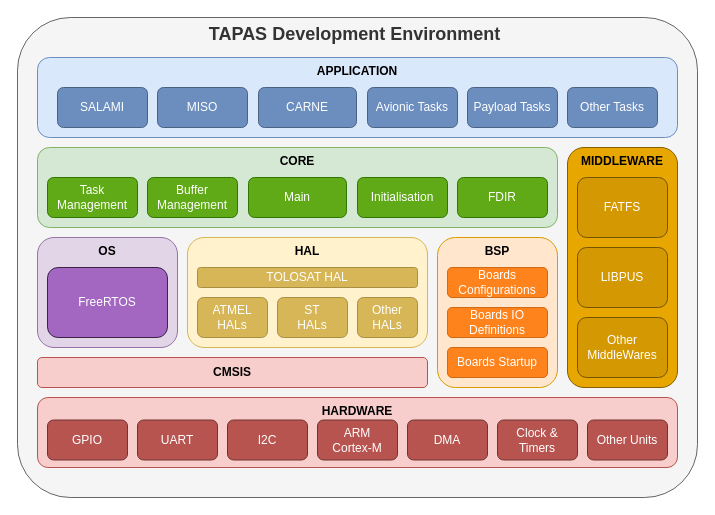
Earlier version of the draw.io diagram doc/images/Dev_Environment_Graph.drawio (TOLOSAT/flight-software). Source tidied: cells renumbered, new cells numbered last; positions are measured from the earlier drawing's top-left corner, leaving out a move shared by most shapes. Both pictures are drawn from the tidied source at 100%, with x=0, y=0 at pixel (17, 17).
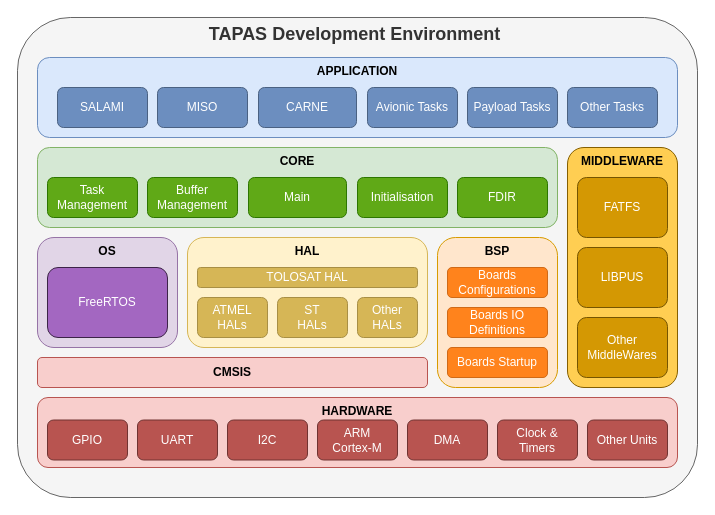
The same diagram, later.

Diff of the diagram source:
```diff
@@
-    <mxCell id="35" value="&lt;b&gt;MIDDLEWARE&lt;/b&gt;" style="rounded=1;whiteSpace=wrap;html=1;fillColor=#E8A700;strokeColor=#855F00;verticalAlign=top;" parent="1" vertex="1">
+    <mxCell id="35" value="&lt;b&gt;MIDDLEWARE&lt;/b&gt;" style="rounded=1;whiteSpace=wrap;html=1;fillColor=#ffce52;strokeColor=#855F00;verticalAlign=top;" parent="1" vertex="1">
       <mxGeometry x="550" y="130" width="110" height="240" as="geometry" />
     </mxCell>
```
